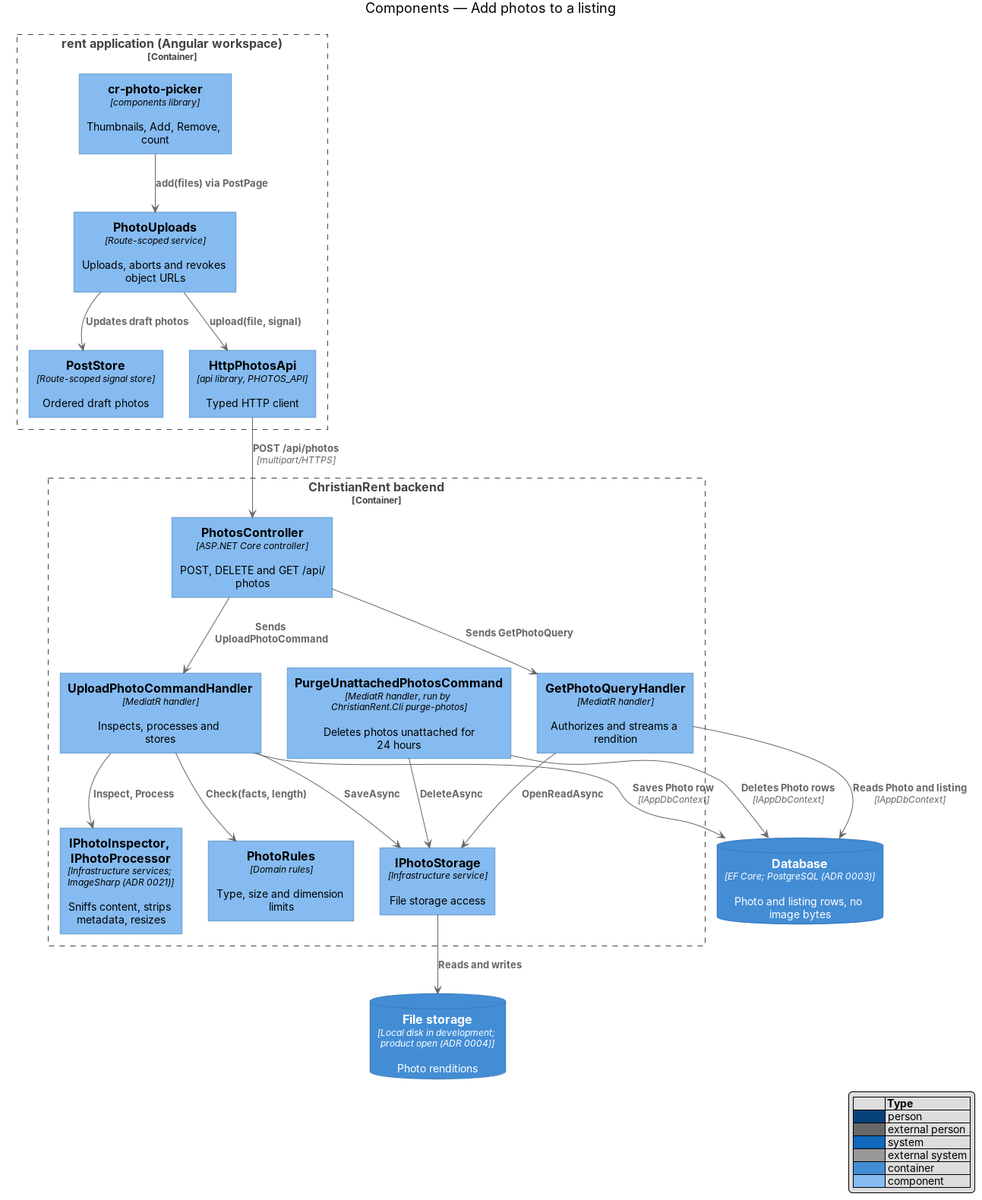
Earlier version of the PlantUML export docs/detailed-designs/post/add-photos/diagrams/c4-component.png (QuinntyneBrown/christian-rent). Its source is kept beside it as docs/detailed-designs/post/add-photos/diagrams/c4-component.puml.
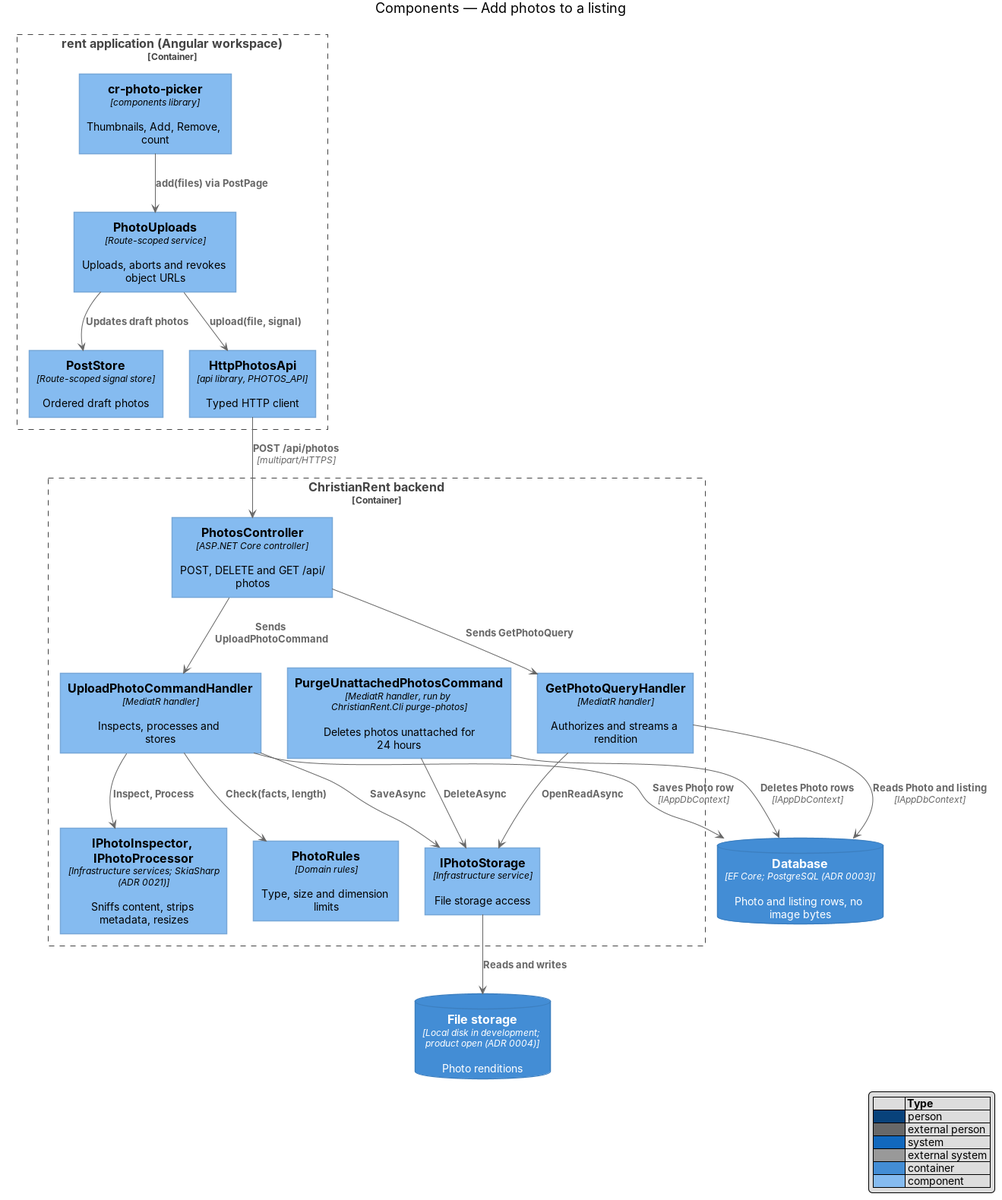
Above is the later version.

Commit message:
Refuse a photo by its content, size and sides with its code, and only a member may upload; choose SkiaSharp over ImageSharp

The edit, as a diff of the source:
```diff
@@ -15,7 +15,7 @@
   Component(up, "UploadPhotoCommandHandler", "MediatR handler", "Inspects, processes and stores")
   Component(get, "GetPhotoQueryHandler", "MediatR handler", "Authorizes and streams a rendition")
   Component(rules, "PhotoRules", "Domain rules", "Type, size and dimension limits")
-  Component(insp, "IPhotoInspector, IPhotoProcessor", "Infrastructure services; ImageSharp (ADR 0021)", "Sniffs content, strips metadata, resizes")
+  Component(insp, "IPhotoInspector, IPhotoProcessor", "Infrastructure services; SkiaSharp (ADR 0021)", "Sniffs content, strips metadata, resizes")
   Component(store2, "IPhotoStorage", "Infrastructure service", "File storage access")
 }
 ContainerDb(db, "Database", "EF Core; PostgreSQL (ADR 0003)", "Photo and listing rows, no image bytes")
```
